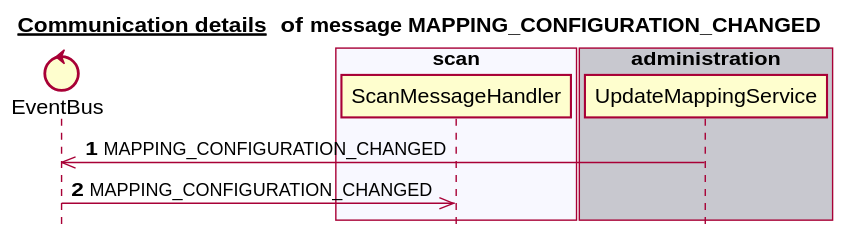
Earlier version of the PlantUML export docs/latest/images/gen_domain_messaging_mapping_configuration_changed.svg (mercedes-benz/sechub).
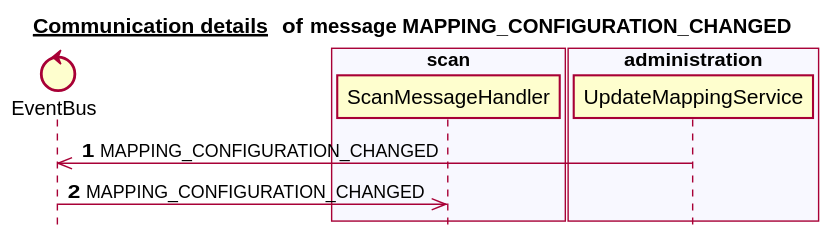
After the commit.

Change to the diagram source:
```diff
@@ -6,17 +6,17 @@
 
 
 control EventBus
-box "authorization" #C8C8CF
+box "schedule" #C8C8CF
 end box
 box "scan" #F8F8FF
    participant ScanMessageHandler
 end box
-box "administration" #C8C8CF
+box "notification" #C8C8CF
+end box
+box "administration" #F8F8FF
    participant UpdateMappingService
 end box
-box "schedule" #F8F8FF
-end box
-box "notification" #C8C8CF
+box "authorization" #C8C8CF
 end box
 autonumber 1
 UpdateMappingService ->> EventBus:MAPPING_CONFIGURATION_CHANGED
```
